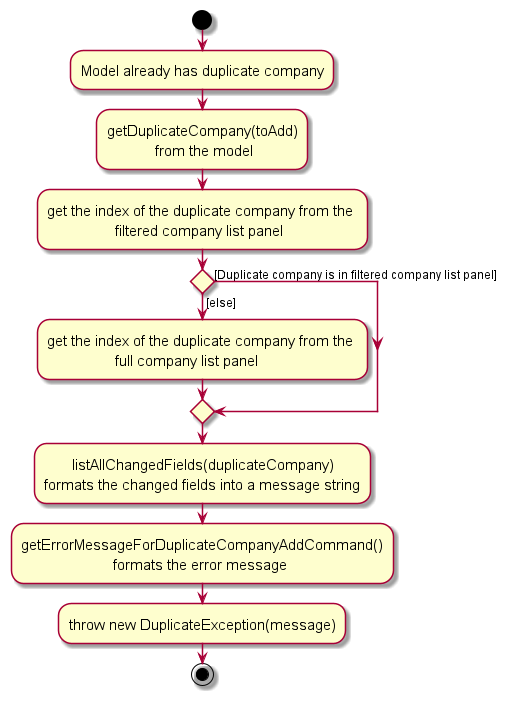
This is docs/images/duplicate-detection/add-command/DuplicateActivityDiagram.png from tayruxin/tp, a PlantUML export, as it was before one commit.
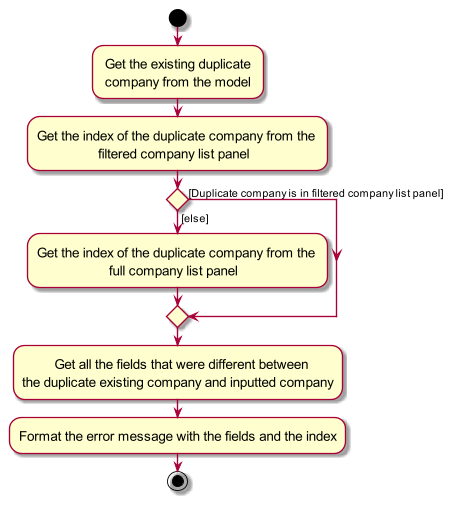
The same file after the commit.

The edit, as a diff of the source:
```diff
@@ -3,18 +3,15 @@
 skinparam ActivityFontSize 15
 skinparam ArrowFontSize 12
 start
-:Model already has duplicate company;
 
 
-:getDuplicateCompany(toAdd)\n            from the model;
-:get the index of the duplicate company from the \n                 filtered company list panel;
+: Get the existing duplicate \n company from the model;
+:Get the index of the duplicate company from the \n                 filtered company list panel;
 if () then ([else])
-    :get the index of the duplicate company from the \n                 full company list panel;
+    :Get the index of the duplicate company from the \n                    full company list panel;
 else ([Duplicate company is in filtered company list panel])
     endif
-
-:       listAllChangedFields(duplicateCompany)\nformats the changed fields into a message string;
-:getErrorMessageForDuplicateCompanyAddCommand()\n                       formats the error message;
-:throw new DuplicateException(message);
+:         Get all the fields that were different between \nthe duplicate existing company and inputted company;
+:Format the error message with the fields and the index;
 stop
 @enduml
```
